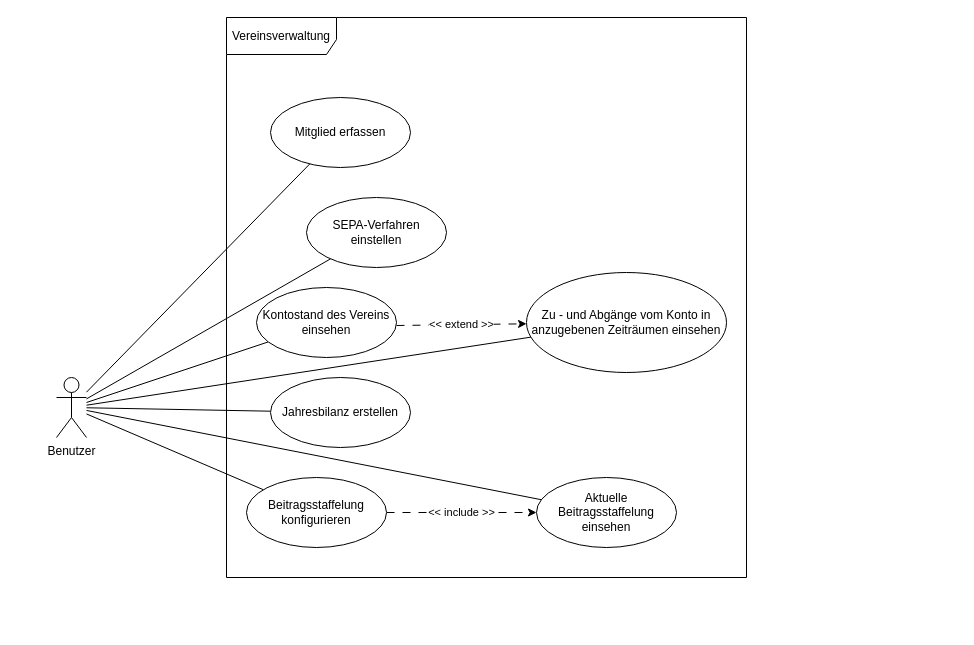
The draw.io diagram docs/use_case_diagramm_toBeReviewed.drawio in KonstantinPrinz/Vereinsverwaltung, before the edit. Source tidied: cells renumbered, new cells numbered last; positions are measured from the earlier drawing's top-left corner, leaving out a move shared by most shapes. Both pictures are drawn from the tidied source at 100%, with x=0, y=0 at pixel (56, 17).
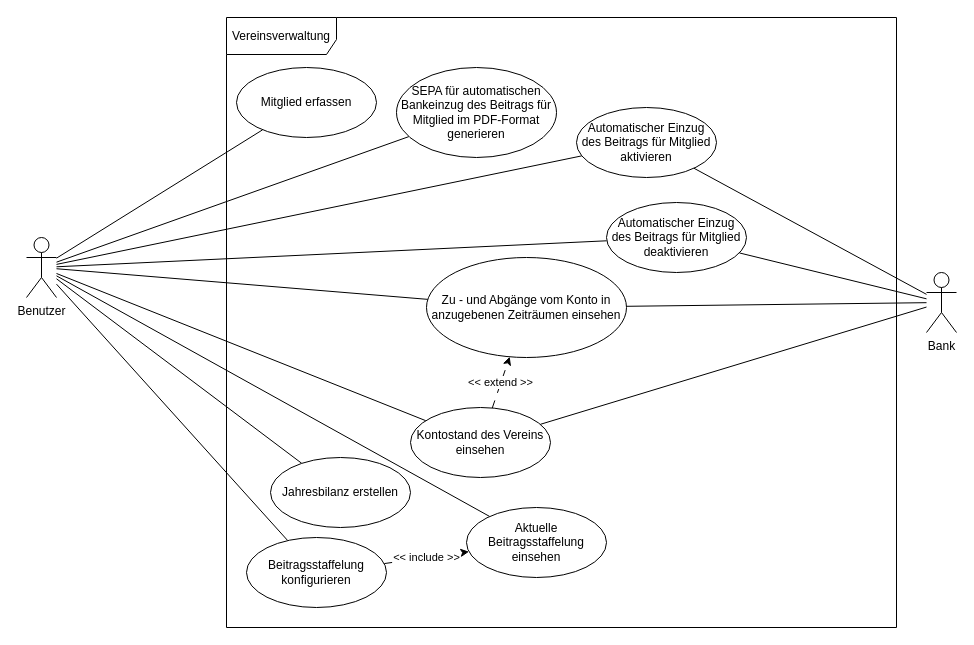
Above is the later version.

Commit message (it also covers changes not shown here):
Updated docs for sepa-member setup

What changed in the source:
```diff
@@
     <mxCell id="2" value="Vereinsverwaltung" style="shape=umlFrame;whiteSpace=wrap;html=1;width=110;height=37;" parent="1" vertex="1">
-      <mxGeometry x="170" width="520" height="560" as="geometry" />
+      <mxGeometry x="170" width="670" height="610" as="geometry" />
     </mxCell>
     <mxCell id="3" value="Mitglied erfassen" style="ellipse;whiteSpace=wrap;html=1;" parent="1" vertex="1">
-      <mxGeometry x="214" y="80" width="140" height="70" as="geometry" />
+      <mxGeometry x="180" y="50" width="140" height="70" as="geometry" />
     </mxCell>
@@
+    <mxCell id="20" style="rounded=0;jettySize=auto;html=1;endArrow=none;endFill=0;" parent="1" edge="1" source="11" target="22">
+      <mxGeometry relative="1" as="geometry" />
+    </mxCell>
+    <mxCell id="21" style="rounded=0;jettySize=auto;html=1;endArrow=none;endFill=0;" parent="1" edge="1" source="11" target="23">
+      <mxGeometry relative="1" as="geometry" />
+    </mxCell>
     <mxCell id="11" value="Benutzer" style="shape=umlActor;verticalLabelPosition=bottom;verticalAlign=top;html=1;" parent="1" vertex="1">
-      <mxGeometry y="360" width="30" height="60" as="geometry" />
+      <mxGeometry x="-30" y="220" width="30" height="60" as="geometry" />
     </mxCell>
-    <mxCell id="12" value="SEPA-Verfahren einstellen" style="ellipse;whiteSpace=wrap;html=1;" parent="1" vertex="1">
-      <mxGeometry x="250" y="180" width="140" height="70" as="geometry" />
+    <mxCell id="12" value="SEPA für automatischen Bankeinzug des Beitrags für Mitglied im PDF-Format&lt;br&gt;generieren" style="ellipse;whiteSpace=wrap;html=1;" parent="1" vertex="1">
+      <mxGeometry x="340" y="50" width="160" height="90" as="geometry" />
     </mxCell>
-    <mxCell id="13" value="&amp;lt;&amp;lt; extend &amp;gt;&amp;gt;" style="rounded=0;jettySize=auto;html=1;dashed=1;dashPattern=8 8;" parent="1" edge="1" target="15">
-      <mxGeometry relative="1" as="geometry">
-        <mxPoint x="340" y="308" as="sourcePoint" />
-      </mxGeometry>
+    <mxCell id="13" value="&amp;lt;&amp;lt; extend &amp;gt;&amp;gt;" style="rounded=0;jettySize=auto;html=1;dashed=1;dashPattern=8 8;" parent="1" edge="1" source="14" target="15">
+      <mxGeometry relative="1" as="geometry" />
     </mxCell>
     <mxCell id="14" value="Kontostand des Vereins einsehen" style="ellipse;whiteSpace=wrap;html=1;" parent="1" vertex="1">
-      <mxGeometry x="200" y="270" width="140" height="70" as="geometry" />
+      <mxGeometry x="354" y="390" width="140" height="70" as="geometry" />
     </mxCell>
     <mxCell id="15" value="Zu - und Abgänge vom Konto in anzugebenen Zeiträumen einsehen" style="ellipse;whiteSpace=wrap;html=1;" parent="1" vertex="1">
-      <mxGeometry x="470" y="255" width="200" height="100" as="geometry" />
+      <mxGeometry x="370" y="240" width="200" height="100" as="geometry" />
     </mxCell>
     <mxCell id="16" value="Jahresbilanz erstellen" style="ellipse;whiteSpace=wrap;html=1;" parent="1" vertex="1">
-      <mxGeometry x="214" y="360" width="140" height="70" as="geometry" />
+      <mxGeometry x="214" y="440" width="140" height="70" as="geometry" />
     </mxCell>
@@
     <mxCell id="18" value="Beitragsstaffelung konfigurieren" style="ellipse;whiteSpace=wrap;html=1;" parent="1" vertex="1">
-      <mxGeometry x="190" y="460" width="140" height="70" as="geometry" />
+      <mxGeometry x="190" y="520" width="140" height="70" as="geometry" />
     </mxCell>
     <mxCell id="19" value="Aktuelle Beitragsstaffelung einsehen" style="ellipse;whiteSpace=wrap;html=1;" parent="1" vertex="1">
-      <mxGeometry x="480" y="460" width="140" height="70" as="geometry" />
+      <mxGeometry x="410" y="490" width="140" height="70" as="geometry" />
     </mxCell>
+    <mxCell id="22" value="Automatischer Einzug des Beitrags für Mitglied aktivieren" style="ellipse;whiteSpace=wrap;html=1;" parent="1" vertex="1">
+      <mxGeometry x="520" y="90" width="140" height="70" as="geometry" />
+    </mxCell>
+    <mxCell id="23" value="Automatischer Einzug des Beitrags für Mitglied deaktivieren" style="ellipse;whiteSpace=wrap;html=1;" parent="1" vertex="1">
+      <mxGeometry x="550" y="185" width="140" height="70" as="geometry" />
+    </mxCell>
+    <mxCell id="24" style="rounded=0;jettySize=auto;html=1;endArrow=none;endFill=0;" parent="1" edge="1" source="28" target="22">
+      <mxGeometry relative="1" as="geometry" />
+    </mxCell>
+    <mxCell id="25" style="rounded=0;jettySize=auto;html=1;endArrow=none;endFill=0;" parent="1" edge="1" source="28" target="23">
+      <mxGeometry relative="1" as="geometry" />
+    </mxCell>
+    <mxCell id="26" style="rounded=0;jettySize=auto;html=1;endArrow=none;endFill=0;" parent="1" edge="1" source="28" target="14">
+      <mxGeometry relative="1" as="geometry" />
+    </mxCell>
+    <mxCell id="27" style="rounded=0;jettySize=auto;html=1;endArrow=none;endFill=0;" parent="1" edge="1" source="28" target="15">
+      <mxGeometry relative="1" as="geometry" />
+    </mxCell>
+    <mxCell id="28" value="Bank" style="shape=umlActor;verticalLabelPosition=bottom;verticalAlign=top;html=1;" parent="1" vertex="1">
+      <mxGeometry x="870" y="255" width="30" height="60" as="geometry" />
+    </mxCell>
```
